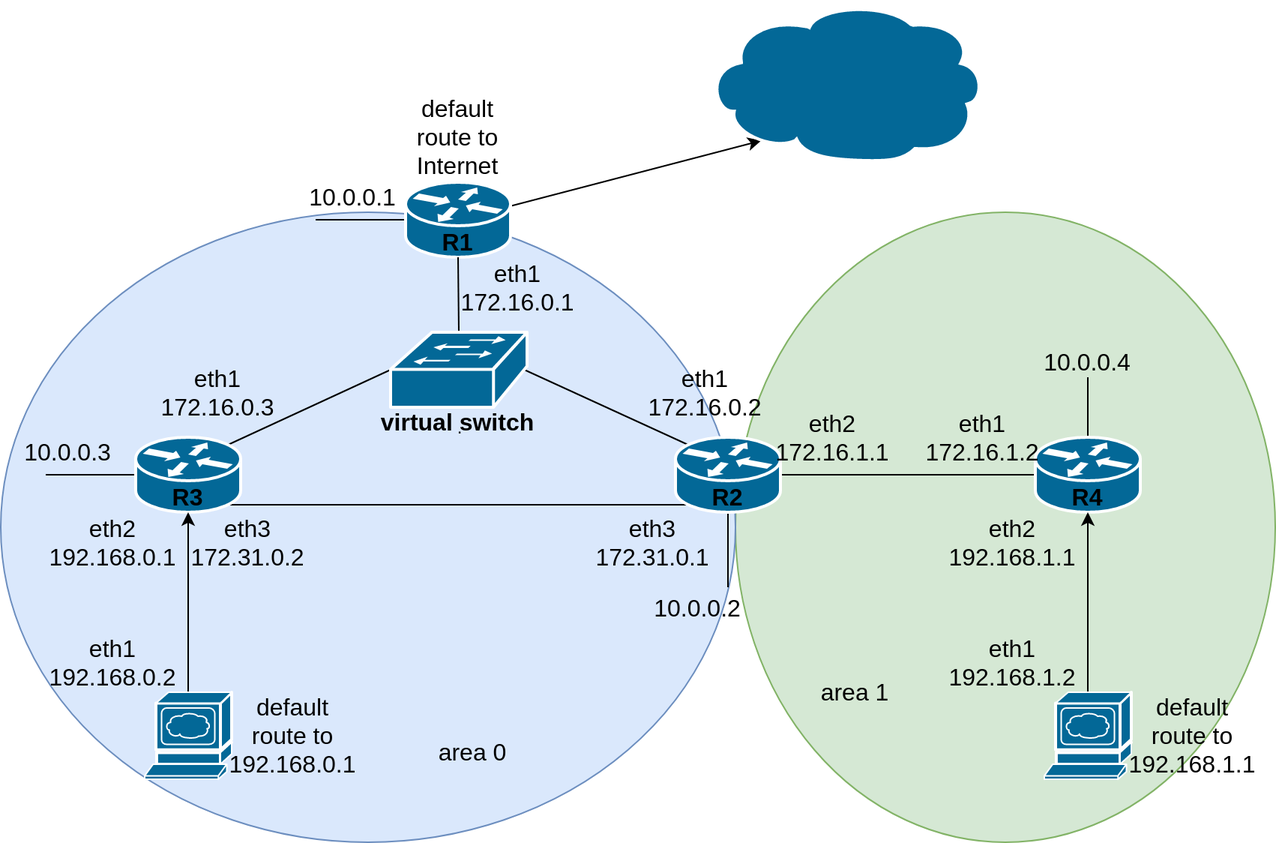
Earlier version of the draw.io export dynamic_routing/docs/mai.png (mbfx/otus-linux-adm). Source tidied: cells renumbered, new cells last; positions are measured from the earlier drawing's top-left corner, leaving out a move shared by most shapes.
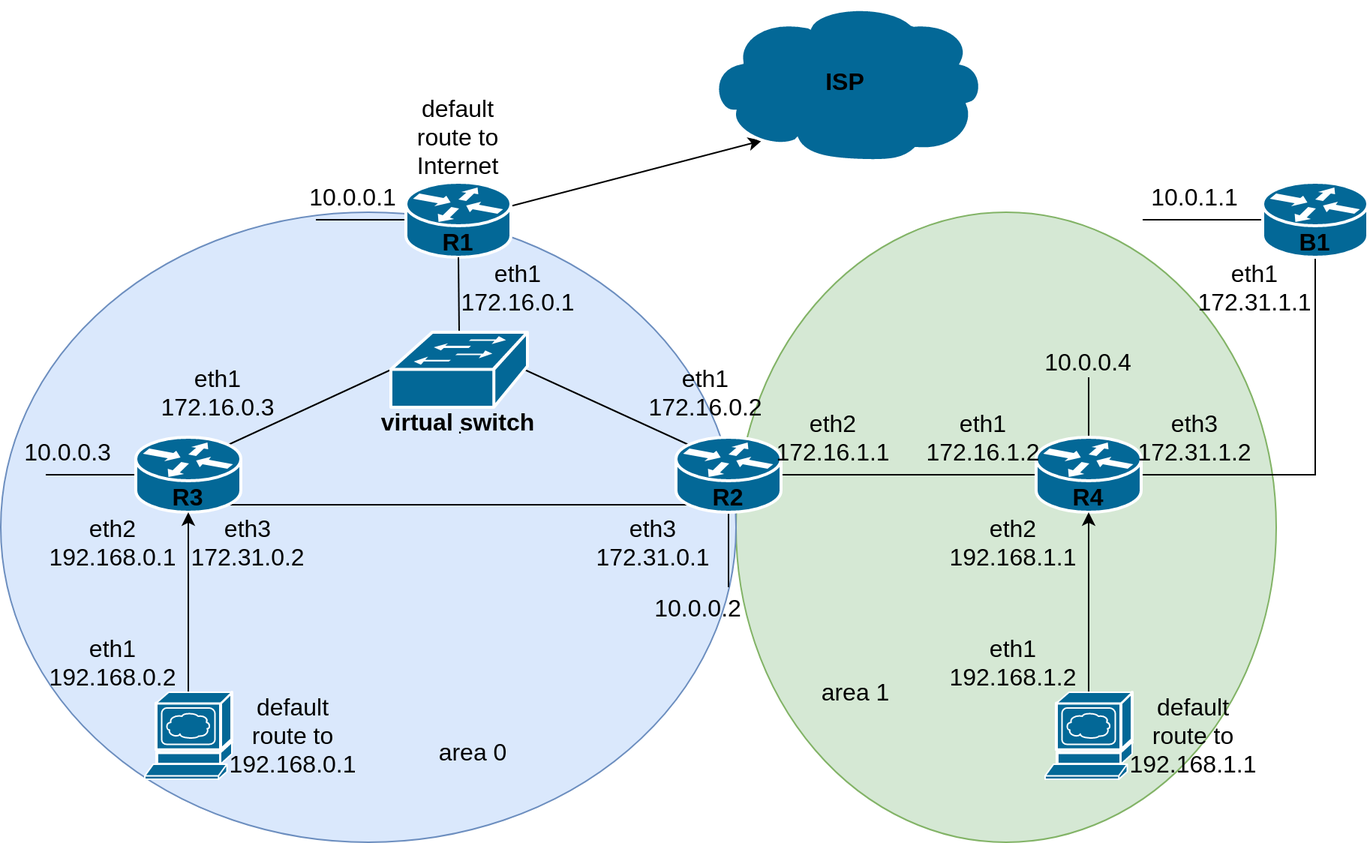
Above is the later version.

What changed in the source:
```diff
@@ -58,6 +58,9 @@
         <mxPoint x="725" y="250" as="targetPoint" />
       </mxGeometry>
     </mxCell>
+    <mxCell id="49" style="edgeStyle=orthogonalEdgeStyle;rounded=0;jettySize=auto;html=1;exitX=1;exitY=0.5;exitDx=0;exitDy=0;exitPerimeter=0;entryX=0.5;entryY=1;entryDx=0;entryDy=0;entryPerimeter=0;endArrow=none;endFill=0;" parent="1" edge="1" source="18" target="51">
+      <mxGeometry relative="1" as="geometry" />
+    </mxCell>
     <mxCell id="18" style="shape=mxgraph.cisco.routers.router;html=1;dashed=0;fillColor=#036897;strokeColor=#ffffff;strokeWidth=2;verticalLabelPosition=bottom;verticalAlign=top;align=center;outlineConnect=0;" parent="1" vertex="1">
       <mxGeometry x="690" y="290" width="70" height="50" as="geometry" />
     </mxCell>
@@ -151,5 +154,28 @@
     <mxCell id="48" value="virtual switch" style="text;html=1;strokeColor=none;fillColor=none;align=center;verticalAlign=middle;whiteSpace=wrap;rounded=0;fontSize=16;fontStyle=1;" parent="1" vertex="1">
       <mxGeometry x="250" y="270" width="110" height="20" as="geometry" />
     </mxCell>
+    <mxCell id="50" style="rounded=0;jettySize=auto;html=1;exitX=0;exitY=0.5;exitDx=0;exitDy=0;exitPerimeter=0;endArrow=none;endFill=0;" parent="1" edge="1" source="51">
+      <mxGeometry relative="1" as="geometry">
+        <mxPoint x="761" y="145" as="targetPoint" />
+      </mxGeometry>
+    </mxCell>
+    <mxCell id="51" style="shape=mxgraph.cisco.routers.router;html=1;dashed=0;fillColor=#036897;strokeColor=#ffffff;strokeWidth=2;verticalLabelPosition=bottom;verticalAlign=top;align=center;outlineConnect=0;" parent="1" vertex="1">
+      <mxGeometry x="841" y="120" width="70" height="50" as="geometry" />
+    </mxCell>
+    <mxCell id="52" value="ISP" style="text;html=1;strokeColor=none;fillColor=none;align=center;verticalAlign=middle;whiteSpace=wrap;rounded=0;fontSize=16;fontStyle=1;" parent="1" vertex="1">
+      <mxGeometry x="543" y="43" width="40" height="20" as="geometry" />
+    </mxCell>
+    <mxCell id="53" value="B1" style="text;html=1;strokeColor=none;fillColor=none;align=center;verticalAlign=middle;whiteSpace=wrap;rounded=0;fontSize=16;fontStyle=1;" parent="1" vertex="1">
+      <mxGeometry x="856" y="150" width="40" height="20" as="geometry" />
+    </mxCell>
+    <mxCell id="54" value="10.0.1.1" style="text;html=1;strokeColor=none;fillColor=none;align=center;verticalAlign=middle;whiteSpace=wrap;rounded=0;fontSize=16;" parent="1" vertex="1">
+      <mxGeometry x="761" y="120" width="70" height="20" as="geometry" />
+    </mxCell>
+    <mxCell id="55" value="eth3&lt;br&gt;172.31.1.2" style="text;html=1;strokeColor=none;fillColor=none;align=center;verticalAlign=middle;whiteSpace=wrap;rounded=0;fontSize=16;" parent="1" vertex="1">
+      <mxGeometry x="761" y="270" width="70" height="40" as="geometry" />
+    </mxCell>
+    <mxCell id="56" value="eth1&lt;br&gt;172.31.1.1" style="text;html=1;strokeColor=none;fillColor=none;align=center;verticalAlign=middle;whiteSpace=wrap;rounded=0;fontSize=16;" parent="1" vertex="1">
+      <mxGeometry x="801" y="170" width="70" height="40" as="geometry" />
+    </mxCell>
   </root>
 </mxGraphModel>
```
